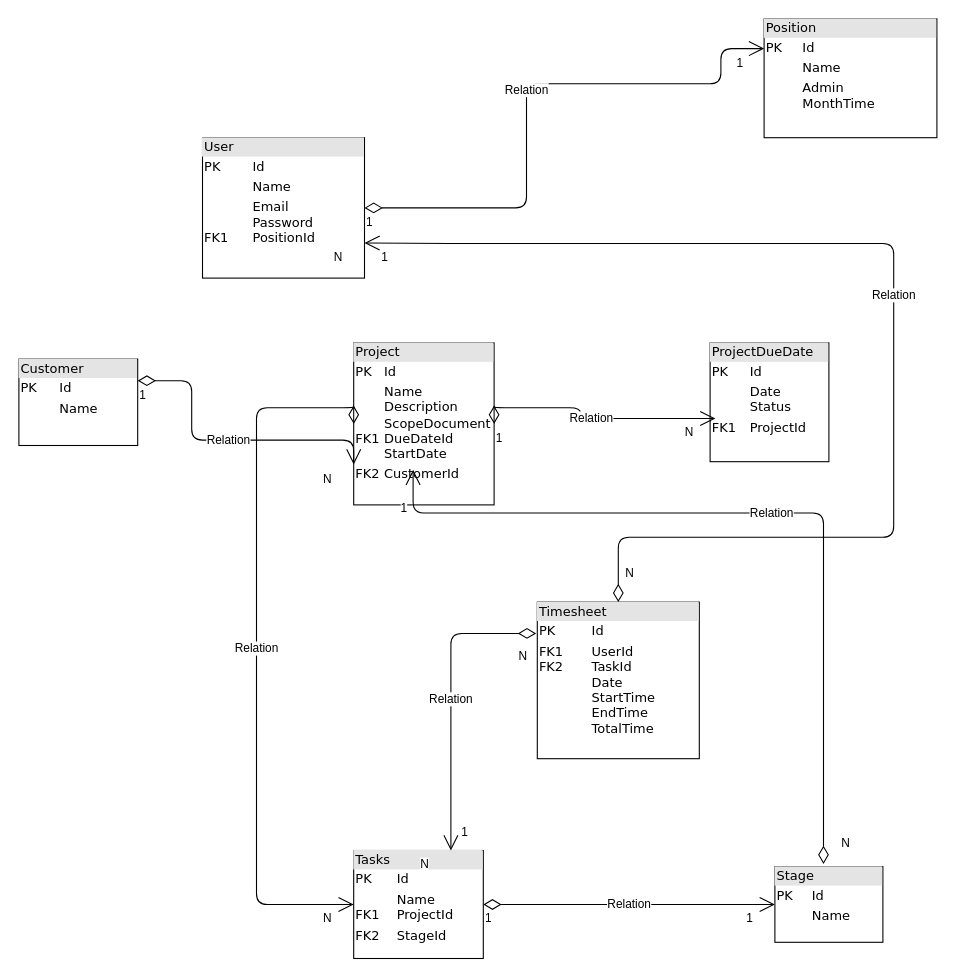
Above: Documents/Database/MER.drawio in ViniciusZevarex/Timesheet-Manager (draw.io), before the change. Source tidied: cells renumbered, new cells numbered last; positions are measured from the earlier drawing's top-left corner, leaving out a move shared by most shapes. Both pictures are drawn from the tidied source at 108%, with x=0, y=0 at pixel (18, 18).
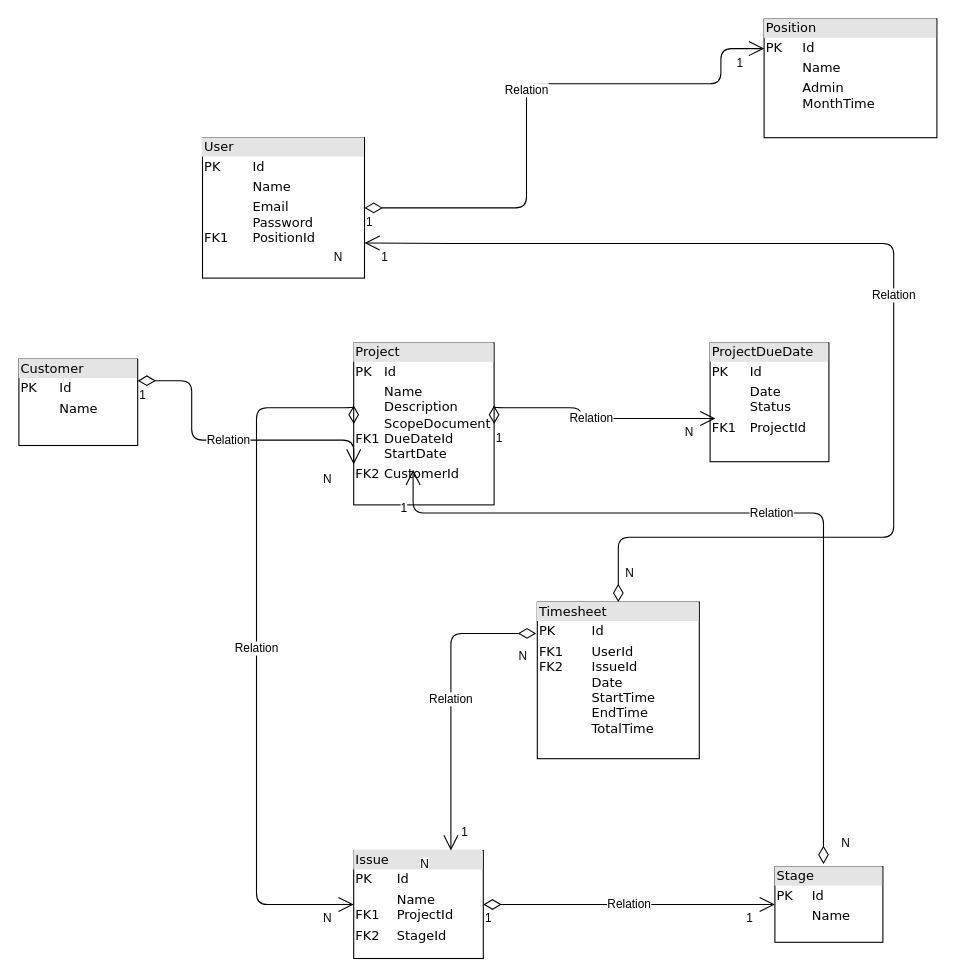
Above is the later version.

Diff of the diagram source:
```diff
@@
-    <mxCell id="7" value="&lt;div style=&quot;box-sizing: border-box ; width: 100% ; background: #e4e4e4 ; padding: 2px&quot;&gt;Tasks&lt;/div&gt;&lt;table style=&quot;width: 100% ; font-size: 1em&quot; cellpadding=&quot;2&quot; cellspacing=&quot;0&quot;&gt;&lt;tbody&gt;&lt;tr&gt;&lt;td&gt;PK&lt;/td&gt;&lt;td&gt;Id&lt;/td&gt;&lt;/tr&gt;&lt;tr&gt;&lt;td&gt;&lt;br&gt;FK1&lt;/td&gt;&lt;td&gt;Name&lt;br&gt;ProjectId&lt;/td&gt;&lt;/tr&gt;&lt;tr&gt;&lt;td&gt;FK2&lt;/td&gt;&lt;td&gt;StageId&lt;/td&gt;&lt;/tr&gt;&lt;/tbody&gt;&lt;/table&gt;" style="verticalAlign=top;align=left;overflow=fill;html=1;rounded=0;shadow=0;comic=0;labelBackgroundColor=none;strokeWidth=1;fontFamily=Verdana;fontSize=12;" parent="1" vertex="1">
+    <mxCell id="7" value="&lt;div style=&quot;box-sizing: border-box ; width: 100% ; background: #e4e4e4 ; padding: 2px&quot;&gt;Issue&lt;/div&gt;&lt;table style=&quot;width: 100% ; font-size: 1em&quot; cellpadding=&quot;2&quot; cellspacing=&quot;0&quot;&gt;&lt;tbody&gt;&lt;tr&gt;&lt;td&gt;PK&lt;/td&gt;&lt;td&gt;Id&lt;/td&gt;&lt;/tr&gt;&lt;tr&gt;&lt;td&gt;&lt;br&gt;FK1&lt;/td&gt;&lt;td&gt;Name&lt;br&gt;ProjectId&lt;/td&gt;&lt;/tr&gt;&lt;tr&gt;&lt;td&gt;FK2&lt;/td&gt;&lt;td&gt;StageId&lt;/td&gt;&lt;/tr&gt;&lt;/tbody&gt;&lt;/table&gt;" style="verticalAlign=top;align=left;overflow=fill;html=1;rounded=0;shadow=0;comic=0;labelBackgroundColor=none;strokeWidth=1;fontFamily=Verdana;fontSize=12;" parent="1" vertex="1">
       <mxGeometry x="310" y="770" width="120" height="100" as="geometry" />
     </mxCell>
@@
-    <mxCell id="23" value="&lt;div style=&quot;box-sizing: border-box ; width: 100% ; background: #e4e4e4 ; padding: 2px&quot;&gt;Timesheet&lt;/div&gt;&lt;table style=&quot;width: 100% ; font-size: 1em&quot; cellpadding=&quot;2&quot; cellspacing=&quot;0&quot;&gt;&lt;tbody&gt;&lt;tr&gt;&lt;td&gt;PK&lt;/td&gt;&lt;td&gt;Id&lt;/td&gt;&lt;/tr&gt;&lt;tr&gt;&lt;td&gt;FK1&lt;br&gt;FK2&amp;nbsp;&lt;br&gt;&lt;br&gt;&lt;br&gt;&lt;br&gt;&lt;br&gt;&lt;/td&gt;&lt;td&gt;UserId&lt;br&gt;TaskId&lt;br&gt;Date&lt;br&gt;StartTime&lt;br&gt;EndTime&lt;br&gt;TotalTime&lt;/td&gt;&lt;/tr&gt;&lt;/tbody&gt;&lt;/table&gt;" style="verticalAlign=top;align=left;overflow=fill;html=1;rounded=0;shadow=0;comic=0;labelBackgroundColor=none;strokeWidth=1;fontFamily=Verdana;fontSize=12;" parent="1" vertex="1">
+    <mxCell id="23" value="&lt;div style=&quot;box-sizing: border-box ; width: 100% ; background: #e4e4e4 ; padding: 2px&quot;&gt;Timesheet&lt;/div&gt;&lt;table style=&quot;width: 100% ; font-size: 1em&quot; cellpadding=&quot;2&quot; cellspacing=&quot;0&quot;&gt;&lt;tbody&gt;&lt;tr&gt;&lt;td&gt;PK&lt;/td&gt;&lt;td&gt;Id&lt;/td&gt;&lt;/tr&gt;&lt;tr&gt;&lt;td&gt;FK1&lt;br&gt;FK2&amp;nbsp;&lt;br&gt;&lt;br&gt;&lt;br&gt;&lt;br&gt;&lt;br&gt;&lt;/td&gt;&lt;td&gt;UserId&lt;br&gt;IssueId&lt;br&gt;Date&lt;br&gt;StartTime&lt;br&gt;EndTime&lt;br&gt;TotalTime&lt;/td&gt;&lt;/tr&gt;&lt;/tbody&gt;&lt;/table&gt;" style="verticalAlign=top;align=left;overflow=fill;html=1;rounded=0;shadow=0;comic=0;labelBackgroundColor=none;strokeWidth=1;fontFamily=Verdana;fontSize=12;" parent="1" vertex="1">
       <mxGeometry x="480" y="540" width="150" height="145" as="geometry" />
     </mxCell>
```
